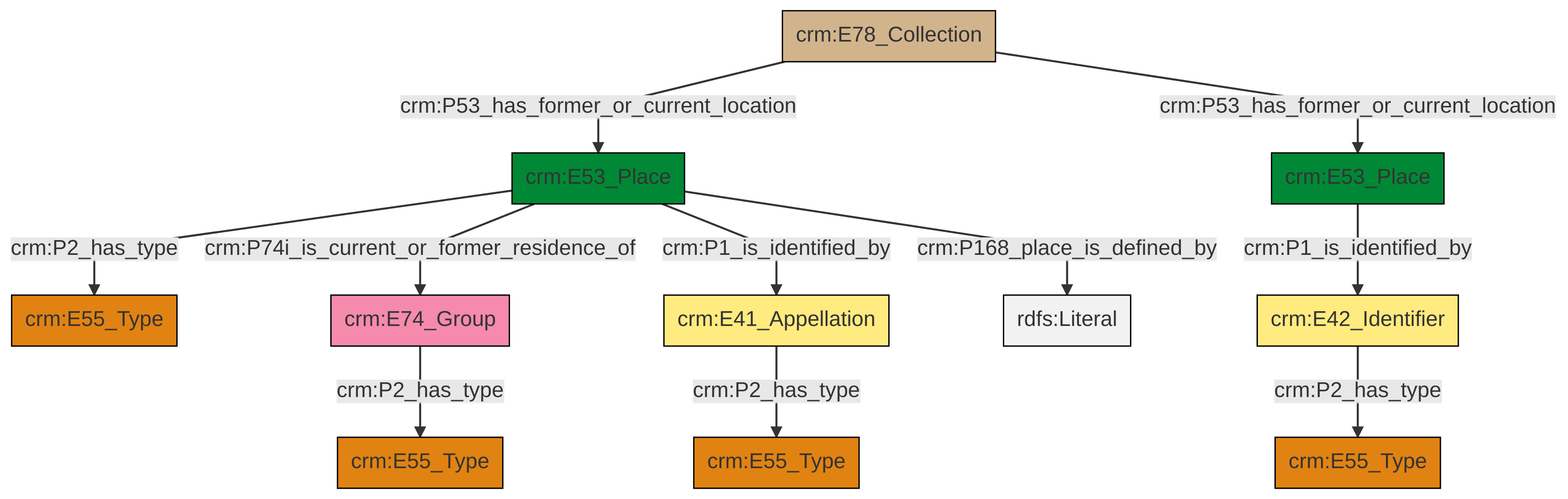
Before: et/archivalCSV/ttl/mmd/png/archival_location.png, a diagram exported from Mermaid (swiss-art-research-net/docs.swissartresearch). Its source is kept beside it as et/archivalCSV/ttl/mmd/archival_location.ttl.mmd.
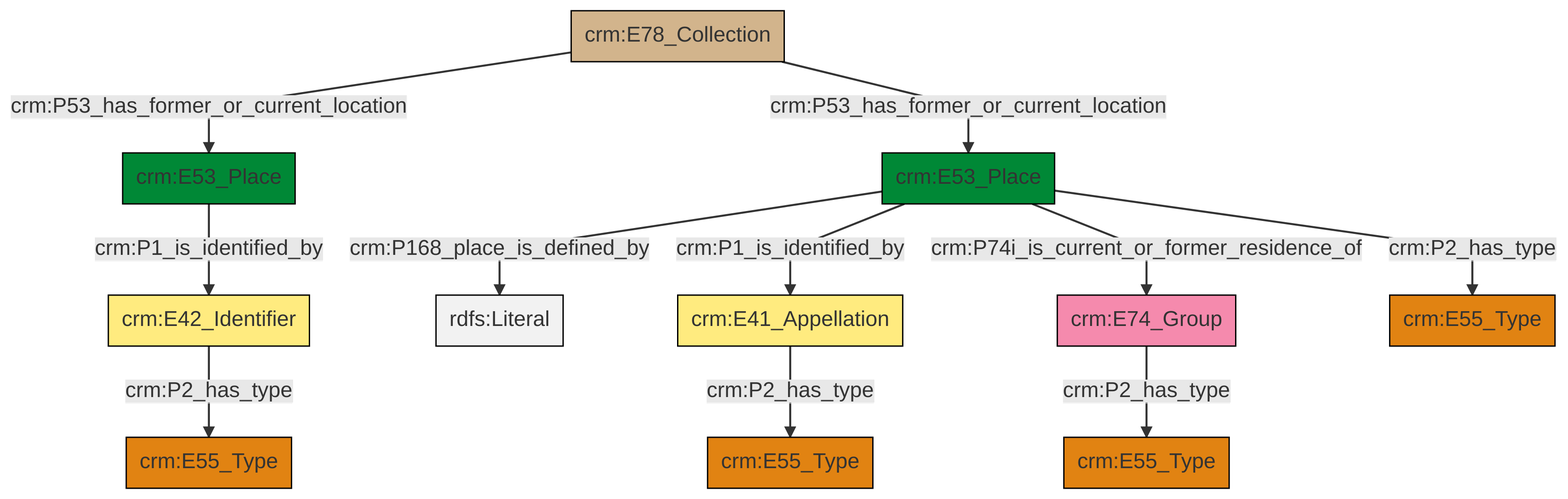
The same file after the commit.

Change to the diagram source:
```diff
@@ -13,13 +13,13 @@
 classDef PC_Classes fill:#4ce600, stroke:#000000;
 classDef Multi fill:#cccccc,stroke:#000000;
 
-0["crm:E53_Place"]:::Place -->|crm:P2_has_type| 1["crm:E55_Type"]:::Type
-2["crm:E78_Collection"]:::Physical_Thing -->|crm:P53_has_former_or_current_location| 0["crm:E53_Place"]:::Place
-2["crm:E78_Collection"]:::Physical_Thing -->|crm:P53_has_former_or_current_location| 5["crm:E53_Place"]:::Place
-0["crm:E53_Place"]:::Place -->|crm:P168_place_is_defined_by| 15[rdfs:Literal]:::Literal
-5["crm:E53_Place"]:::Place -->|crm:P1_is_identified_by| 3["crm:E42_Identifier"]:::Appellation
-19["crm:E74_Group"]:::Actor -->|crm:P2_has_type| 20["crm:E55_Type"]:::Type
-11["crm:E41_Appellation"]:::Appellation -->|crm:P2_has_type| 13["crm:E55_Type"]:::Type
-0["crm:E53_Place"]:::Place -->|crm:P74i_is_current_or_former_residence_of| 19["crm:E74_Group"]:::Actor
-0["crm:E53_Place"]:::Place -->|crm:P1_is_identified_by| 11["crm:E41_Appellation"]:::Appellation
-3["crm:E42_Identifier"]:::Appellation -->|crm:P2_has_type| 9["crm:E55_Type"]:::Type
+0["crm:E53_Place"]:::Place -->|crm:P1_is_identified_by| 1["crm:E41_Appellation"]:::Appellation
+0["crm:E53_Place"]:::Place -->|crm:P168_place_is_defined_by| 2[rdfs:Literal]:::Literal
+5["crm:E78_Collection"]:::Physical_Thing -->|crm:P53_has_former_or_current_location| 6["crm:E53_Place"]:::Place
+0["crm:E53_Place"]:::Place -->|crm:P2_has_type| 12["crm:E55_Type"]:::Type
+7["crm:E74_Group"]:::Actor -->|crm:P2_has_type| 10["crm:E55_Type"]:::Type
+1["crm:E41_Appellation"]:::Appellation -->|crm:P2_has_type| 19["crm:E55_Type"]:::Type
+0["crm:E53_Place"]:::Place -->|crm:P74i_is_current_or_former_residence_of| 7["crm:E74_Group"]:::Actor
+6["crm:E53_Place"]:::Place -->|crm:P1_is_identified_by| 3["crm:E42_Identifier"]:::Appellation
+3["crm:E42_Identifier"]:::Appellation -->|crm:P2_has_type| 16["crm:E55_Type"]:::Type
+5["crm:E78_Collection"]:::Physical_Thing -->|crm:P53_has_former_or_current_location| 0["crm:E53_Place"]:::Place
```
